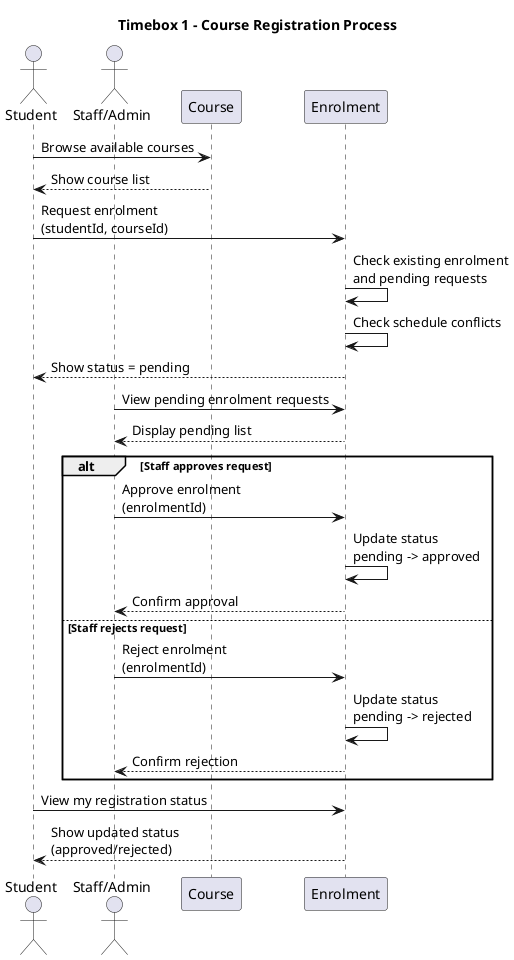
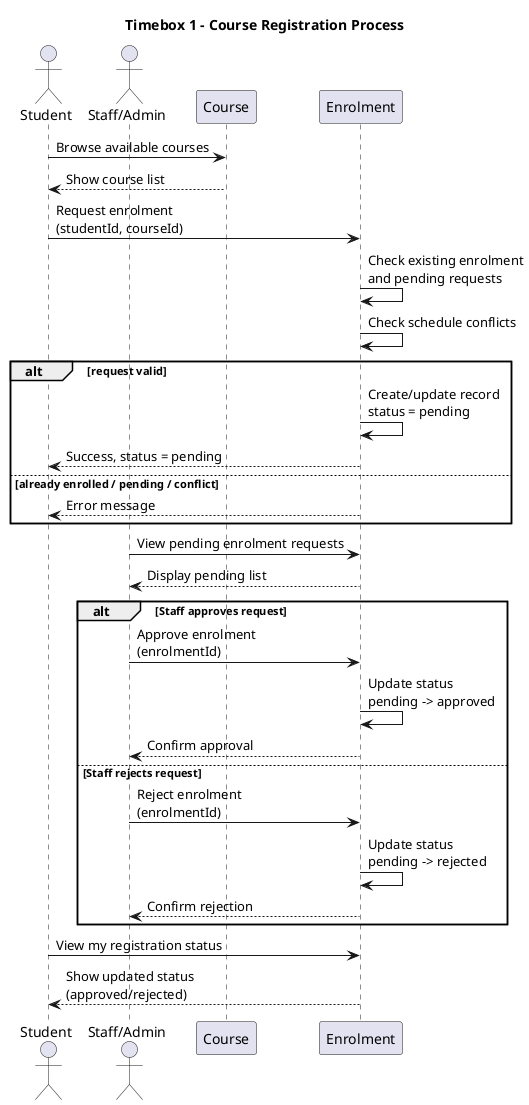
@startuml
title Timebox 1 - Course Registration Process

actor Student
actor Staff as "Staff/Admin"

participant "Course" as Course
participant "Enrolment" as Enrolment

Student -> Course: Browse available courses
Course --> Student: Show course list

Student -> Enrolment: Request enrolment\n(studentId, courseId)
Enrolment -> Enrolment: Check existing enrolment\nand pending requests
Enrolment -> Enrolment: Check schedule conflicts
- Enrolment --> Student: Show status = pending
+ alt request valid
+   Enrolment -> Enrolment: Create/update record\nstatus = pending
+   Enrolment --> Student: Success, status = pending
+ else already enrolled / pending / conflict
+   Enrolment --> Student: Error message
+ end

Staff -> Enrolment: View pending enrolment requests
Enrolment --> Staff: Display pending list

alt Staff approves request
  Staff -> Enrolment: Approve enrolment\n(enrolmentId)
  Enrolment -> Enrolment: Update status\npending -> approved
  Enrolment --> Staff: Confirm approval
else Staff rejects request
  Staff -> Enrolment: Reject enrolment\n(enrolmentId)
  Enrolment -> Enrolment: Update status\npending -> rejected
  Enrolment --> Staff: Confirm rejection
end

Student -> Enrolment: View my registration status
Enrolment --> Student: Show updated status\n(approved/rejected)

@enduml
